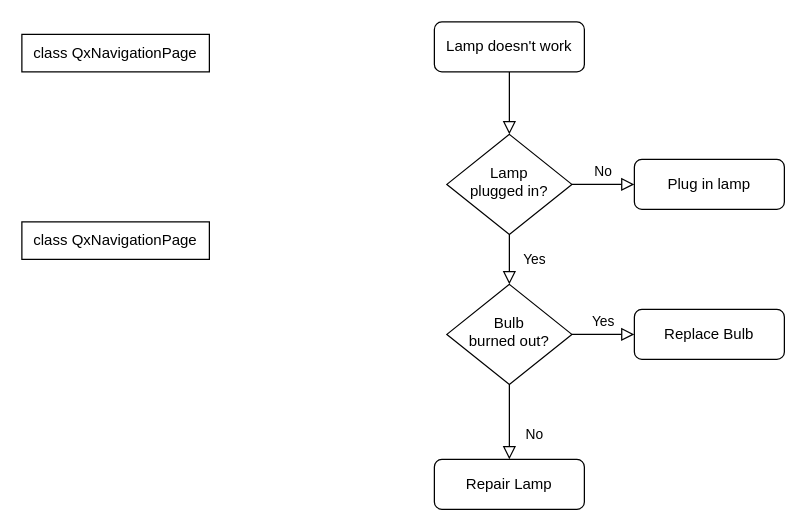
Above: 未命名绘图.drawio in FicmillaR/drawio (draw.io), before the change. Source tidied: cells renumbered, new cells numbered last; positions are measured from the earlier drawing's top-left corner, leaving out a move shared by most shapes. Both pictures are drawn from the tidied source at 125%, with x=0, y=0 at pixel (21, 21).
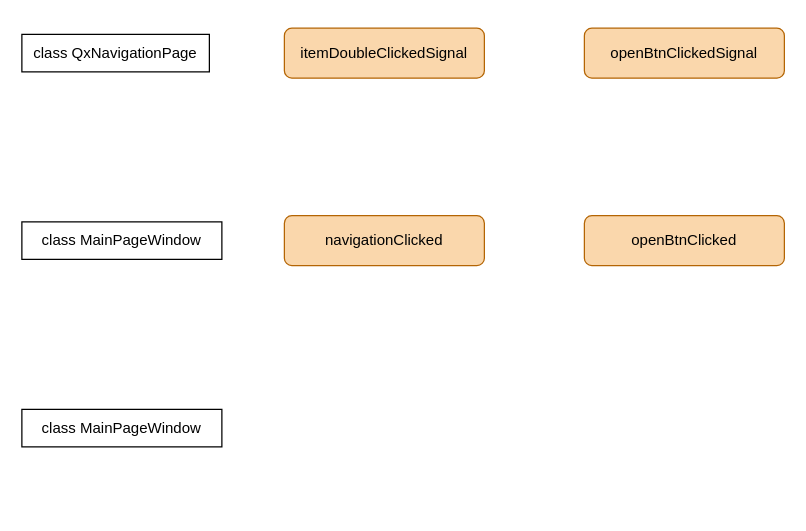
The same page after the edit.

The edit, as a diff of the source:
```diff
@@
 <mxGraphModel>
   <root>
     <mxCell id="0" />
     <mxCell id="1" parent="0" />
-    <mxCell id="2" style="rounded=0;html=1;jettySize=auto;fontSize=11;endArrow=block;endFill=0;endSize=8;strokeWidth=1;shadow=0;labelBackgroundColor=none;edgeStyle=orthogonalEdgeStyle;" parent="1" edge="1" source="3" target="6">
-      <mxGeometry relative="1" as="geometry" />
-    </mxCell>
-    <mxCell id="3" value="Lamp doesn't work" style="rounded=1;whiteSpace=wrap;html=1;fontSize=12;glass=0;strokeWidth=1;shadow=0;" parent="1" vertex="1">
-      <mxGeometry x="330" width="120" height="40" as="geometry" />
+    <mxCell id="3" value="itemDoubleClickedSignal" style="rounded=1;whiteSpace=wrap;html=1;fontSize=12;glass=0;strokeWidth=1;shadow=0;fillColor=#fad7ac;strokeColor=#b46504;" parent="1" vertex="1">
+      <mxGeometry x="210" y="5" width="160" height="40" as="geometry" />
     </mxCell>
-    <mxCell id="4" value="Yes" style="rounded=0;html=1;jettySize=auto;fontSize=11;endArrow=block;endFill=0;endSize=8;strokeWidth=1;shadow=0;labelBackgroundColor=none;edgeStyle=orthogonalEdgeStyle;" parent="1" edge="1" source="6" target="10">
-      <mxGeometry y="20" relative="1" as="geometry" />
-    </mxCell>
-    <mxCell id="5" value="No" style="edgeStyle=orthogonalEdgeStyle;rounded=0;html=1;jettySize=auto;fontSize=11;endArrow=block;endFill=0;endSize=8;strokeWidth=1;shadow=0;labelBackgroundColor=none;" parent="1" edge="1" source="6" target="7">
-      <mxGeometry y="10" relative="1" as="geometry" />
-    </mxCell>
-    <mxCell id="6" value="Lamp&lt;br&gt;plugged in?" style="rhombus;whiteSpace=wrap;html=1;shadow=0;fontFamily=Helvetica;fontSize=12;align=center;strokeWidth=1;spacing=6;spacingTop=-4;" parent="1" vertex="1">
-      <mxGeometry x="340" y="90" width="100" height="80" as="geometry" />
-    </mxCell>
-    <mxCell id="7" value="Plug in lamp" style="rounded=1;whiteSpace=wrap;html=1;fontSize=12;glass=0;strokeWidth=1;shadow=0;" parent="1" vertex="1">
-      <mxGeometry x="490" y="110" width="120" height="40" as="geometry" />
-    </mxCell>
-    <mxCell id="8" value="No" style="rounded=0;html=1;jettySize=auto;fontSize=11;endArrow=block;endFill=0;endSize=8;strokeWidth=1;shadow=0;labelBackgroundColor=none;edgeStyle=orthogonalEdgeStyle;" parent="1" edge="1" source="10" target="11">
-      <mxGeometry x="0.33" y="20" relative="1" as="geometry" />
-    </mxCell>
-    <mxCell id="9" value="Yes" style="edgeStyle=orthogonalEdgeStyle;rounded=0;html=1;jettySize=auto;fontSize=11;endArrow=block;endFill=0;endSize=8;strokeWidth=1;shadow=0;labelBackgroundColor=none;" parent="1" edge="1" source="10" target="12">
-      <mxGeometry y="10" relative="1" as="geometry" />
-    </mxCell>
-    <mxCell id="10" value="Bulb&lt;br&gt;burned out?" style="rhombus;whiteSpace=wrap;html=1;shadow=0;fontFamily=Helvetica;fontSize=12;align=center;strokeWidth=1;spacing=6;spacingTop=-4;" parent="1" vertex="1">
-      <mxGeometry x="340" y="210" width="100" height="80" as="geometry" />
-    </mxCell>
-    <mxCell id="11" value="Repair Lamp" style="rounded=1;whiteSpace=wrap;html=1;fontSize=12;glass=0;strokeWidth=1;shadow=0;" parent="1" vertex="1">
-      <mxGeometry x="330" y="350" width="120" height="40" as="geometry" />
-    </mxCell>
-    <mxCell id="12" value="Replace Bulb" style="rounded=1;whiteSpace=wrap;html=1;fontSize=12;glass=0;strokeWidth=1;shadow=0;" parent="1" vertex="1">
-      <mxGeometry x="490" y="230" width="120" height="40" as="geometry" />
-    </mxCell>
-    <mxCell id="13" value="&lt;p style=&quot;language:zh-CN;margin-top:0pt;margin-bottom:0pt;margin-left:0in;&lt;br/&gt;text-align:left;direction:ltr;unicode-bidi:embed;mso-line-break-override:none;&lt;br/&gt;word-break:normal;punctuation-wrap:hanging&quot;&gt;class&amp;nbsp;&lt;span style=&quot;font-family: 等线;&quot;&gt;QxNavigationPage&lt;/span&gt;&lt;/p&gt;" style="rounded=0;whiteSpace=wrap;html=1;" parent="1" vertex="1">
-      <mxGeometry y="160" width="150" height="30" as="geometry" />
+    <mxCell id="13" value="&lt;p style=&quot;language:zh-CN;margin-top:0pt;margin-bottom:0pt;margin-left:0in;&lt;br/&gt;text-align:left;direction:ltr;unicode-bidi:embed;mso-line-break-override:none;&lt;br/&gt;word-break:normal;punctuation-wrap:hanging&quot;&gt;class MainPageWindow&lt;/p&gt;" style="rounded=0;whiteSpace=wrap;html=1;" parent="1" vertex="1">
+      <mxGeometry y="160" width="160" height="30" as="geometry" />
     </mxCell>
-    <mxCell id="14" value="&lt;p style=&quot;language:zh-CN;margin-top:0pt;margin-bottom:0pt;margin-left:0in;&lt;br/&gt;text-align:left;direction:ltr;unicode-bidi:embed;mso-line-break-override:none;&lt;br/&gt;word-break:normal;punctuation-wrap:hanging&quot;&gt;class&amp;nbsp;&lt;span style=&quot;font-family: 等线;&quot;&gt;QxNavigationPage&lt;/span&gt;&lt;/p&gt;" style="rounded=0;whiteSpace=wrap;html=1;" parent="1" vertex="1">
+    <mxCell id="14" value="&lt;p style=&quot;language:zh-CN;margin-top:0pt;margin-bottom:0pt;margin-left:0in;&lt;br/&gt;text-align:left;direction:ltr;unicode-bidi:embed;mso-line-break-override:none;&lt;br/&gt;word-break:normal;punctuation-wrap:hanging&quot;&gt;class&amp;nbsp;QxNavigationPage&lt;/p&gt;" style="rounded=0;whiteSpace=wrap;html=1;" parent="1" vertex="1">
       <mxGeometry y="10" width="150" height="30" as="geometry" />
     </mxCell>
+    <mxCell id="15" value="&lt;p style=&quot;language:zh-CN;margin-top:0pt;margin-bottom:0pt;margin-left:0in;&lt;br/&gt;text-align:left;direction:ltr;unicode-bidi:embed;mso-line-break-override:none;&lt;br/&gt;word-break:normal;punctuation-wrap:hanging&quot;&gt;class MainPageWindow&lt;/p&gt;" style="rounded=0;whiteSpace=wrap;html=1;" parent="1" vertex="1">
+      <mxGeometry y="310" width="160" height="30" as="geometry" />
+    </mxCell>
+    <mxCell id="16" value="openBtnClickedSignal" style="rounded=1;whiteSpace=wrap;html=1;fontSize=12;glass=0;strokeWidth=1;shadow=0;fillColor=#fad7ac;strokeColor=#b46504;" parent="1" vertex="1">
+      <mxGeometry x="450" y="5" width="160" height="40" as="geometry" />
+    </mxCell>
+    <mxCell id="17" value="openBtnClicked" style="rounded=1;whiteSpace=wrap;html=1;fontSize=12;glass=0;strokeWidth=1;shadow=0;fillColor=#fad7ac;strokeColor=#b46504;" parent="1" vertex="1">
+      <mxGeometry x="450" y="155" width="160" height="40" as="geometry" />
+    </mxCell>
+    <mxCell id="18" value="navigationClicked" style="rounded=1;whiteSpace=wrap;html=1;fontSize=12;glass=0;strokeWidth=1;shadow=0;fillColor=#fad7ac;strokeColor=#b46504;" parent="1" vertex="1">
+      <mxGeometry x="210" y="155" width="160" height="40" as="geometry" />
+    </mxCell>
   </root>
 </mxGraphModel>
```
